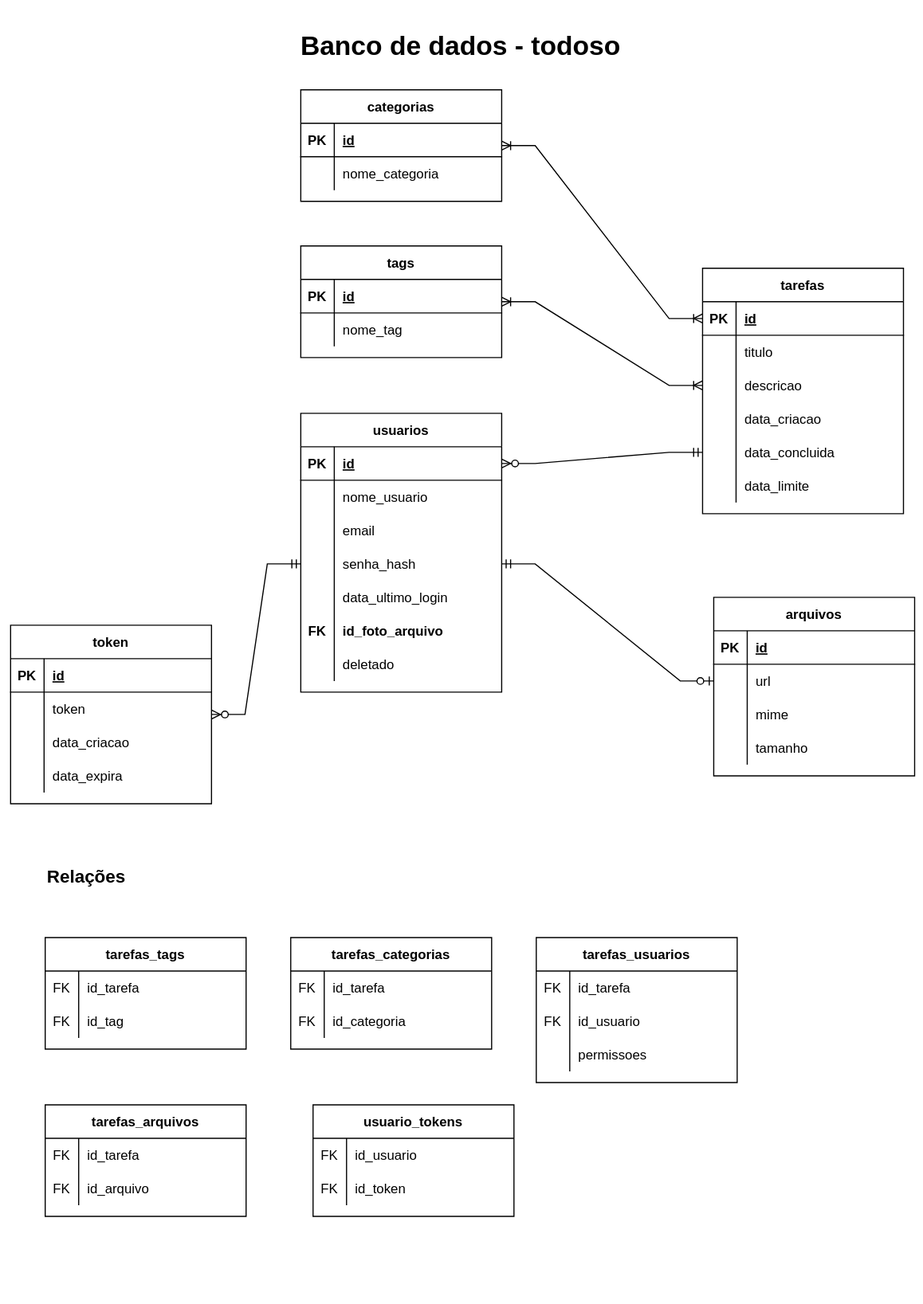
The draw.io diagram docs/BD_todoso.drawio.svg in savio-matheus/todoso, before a commit. Source tidied: cells renumbered, new cells last; positions are measured from the earlier drawing's top-left corner, leaving out a move shared by most shapes.
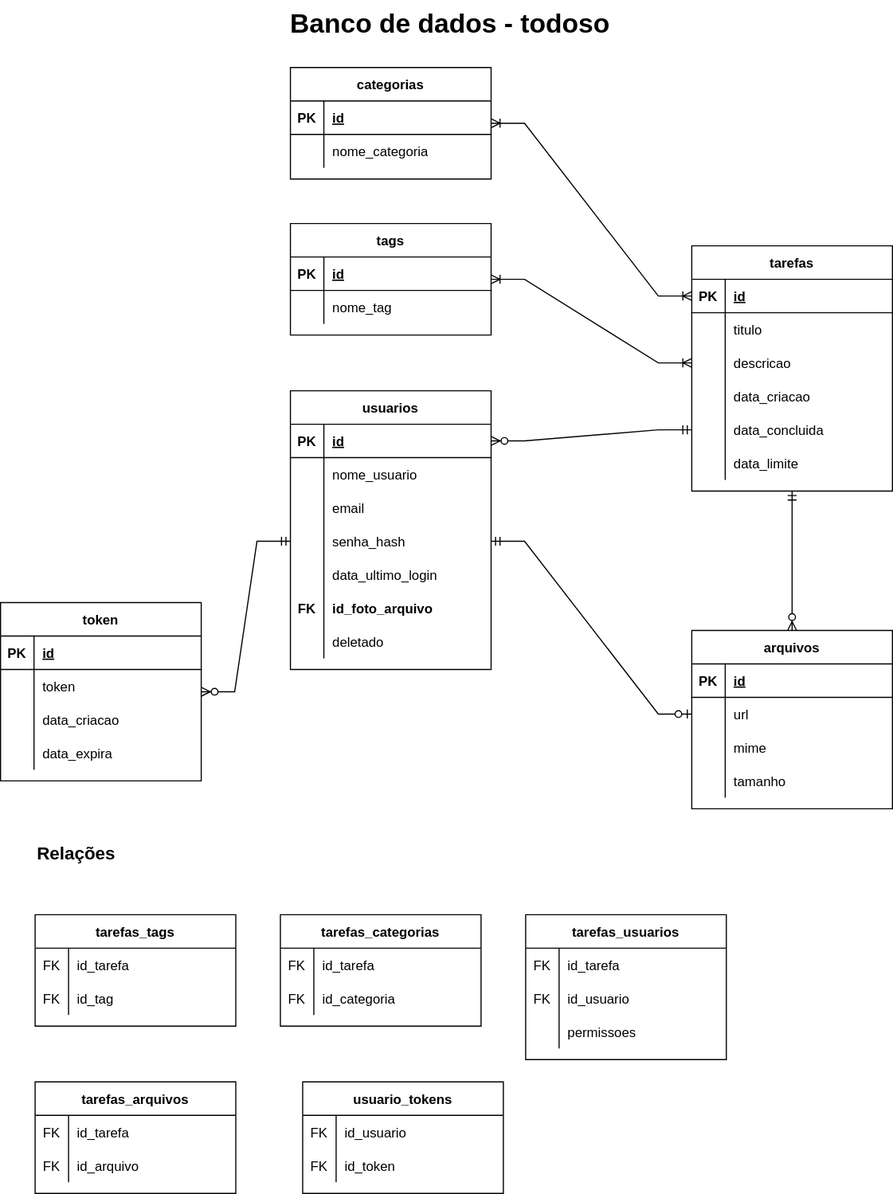
The same file after the commit.

Commit message:
fix: relação entre tarefas e arquivos

What changed in the source:
```diff
@@ -168,7 +168,7 @@
       <mxGeometry x="30" width="150" height="30" as="geometry" />
     </mxCell>
     <mxCell id="57" value="arquivos" style="shape=table;startSize=30;rowLines=0;fontStyle=1;align=center;" parent="1" vertex="1">
-      <mxGeometry x="630" y="515" width="180" height="160" as="geometry" />
+      <mxGeometry x="620" y="565" width="180" height="160" as="geometry" />
     </mxCell>
     <mxCell id="58" style="shape=tableRow;horizontal=0;startSize=0;swimlaneHead=0;swimlaneBody=0;fillColor=none;top=0;left=0;right=0;bottom=1;" parent="57" vertex="1">
       <mxGeometry y="30" width="180" height="30" as="geometry" />
@@ -380,5 +380,8 @@
     <mxCell id="127" value="&lt;b&gt;&lt;font style=&quot;font-size: 16px;&quot;&gt;Relações&lt;/font&gt;&lt;/b&gt;" style="text;html=1;strokeColor=none;fillColor=none;align=left;verticalAlign=middle;whiteSpace=wrap;rounded=0;" parent="1" vertex="1">
       <mxGeometry x="31" y="750" width="400" height="30" as="geometry" />
     </mxCell>
+    <mxCell id="128" style="edgeStyle=orthogonalEdgeStyle;fontSize=12;html=1;endArrow=ERzeroToMany;startArrow=ERmandOne;rounded=0;entryX=0.5;entryY=0;entryDx=0;entryDy=0;exitX=0.5;exitY=1;exitDx=0;exitDy=0;" parent="1" edge="1" source="16" target="57">
+      <mxGeometry relative="1" as="geometry" />
+    </mxCell>
   </root>
 </mxGraphModel>
```
